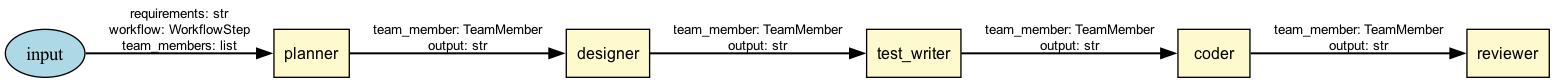
CodeBlackwell/Agent_Blackwell keeps this Graphviz diagram as docs/workflow_visualizations/tdd_workflow.png. Above is the earlier version. Its source is kept beside it as docs/workflow_visualizations/tdd_workflow.dot. Source of this version:
```dot
digraph {
	graph [rankdir=LR splines=ortho]
	designer [label=designer fillcolor="#FFFACD" fontname=Arial fontsize=12 shape=box style=filled]
	coder [label=coder fillcolor="#FFFACD" fontname=Arial fontsize=12 shape=box style=filled]
	reviewer [label=reviewer fillcolor="#FFFACD" fontname=Arial fontsize=12 shape=box style=filled]
	planner [label=planner fillcolor="#FFFACD" fontname=Arial fontsize=12 shape=box style=filled]
	test_writer [label=test_writer fillcolor="#FFFACD" fontname=Arial fontsize=12 shape=box style=filled]
	input [fillcolor=lightblue shape=ellipse style=filled]
	input -> planner [label="requirements: str\nworkflow: WorkflowStep\nteam_members: list" fontname=Arial fontsize=10 penwidth=1.5]
	planner -> designer [label="team_member: TeamMember\noutput: str" fontname=Arial fontsize=10 penwidth=1.5]
	designer -> test_writer [label="team_member: TeamMember\noutput: str" fontname=Arial fontsize=10 penwidth=1.5]
	test_writer -> coder [label="team_member: TeamMember\noutput: str" fontname=Arial fontsize=10 penwidth=1.5]
	coder -> reviewer [label="team_member: TeamMember\noutput: str" fontname=Arial fontsize=10 penwidth=1.5]
}
```
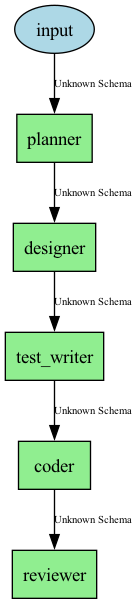
The same file after the commit.

What changed in the source:
```diff
@@ -1,14 +1,13 @@
 digraph {
-	graph [rankdir=LR splines=ortho]
-	designer [label=designer fillcolor="#FFFACD" fontname=Arial fontsize=12 shape=box style=filled]
-	coder [label=coder fillcolor="#FFFACD" fontname=Arial fontsize=12 shape=box style=filled]
-	reviewer [label=reviewer fillcolor="#FFFACD" fontname=Arial fontsize=12 shape=box style=filled]
-	planner [label=planner fillcolor="#FFFACD" fontname=Arial fontsize=12 shape=box style=filled]
-	test_writer [label=test_writer fillcolor="#FFFACD" fontname=Arial fontsize=12 shape=box style=filled]
+	coder [fillcolor=lightgreen shape=box style=filled]
+	test_writer [fillcolor=lightgreen shape=box style=filled]
+	designer [fillcolor=lightgreen shape=box style=filled]
+	reviewer [fillcolor=lightgreen shape=box style=filled]
+	planner [fillcolor=lightgreen shape=box style=filled]
 	input [fillcolor=lightblue shape=ellipse style=filled]
-	input -> planner [label="requirements: str\nworkflow: WorkflowStep\nteam_members: list" fontname=Arial fontsize=10 penwidth=1.5]
-	planner -> designer [label="team_member: TeamMember\noutput: str" fontname=Arial fontsize=10 penwidth=1.5]
-	designer -> test_writer [label="team_member: TeamMember\noutput: str" fontname=Arial fontsize=10 penwidth=1.5]
-	test_writer -> coder [label="team_member: TeamMember\noutput: str" fontname=Arial fontsize=10 penwidth=1.5]
-	coder -> reviewer [label="team_member: TeamMember\noutput: str" fontname=Arial fontsize=10 penwidth=1.5]
+	input -> planner [label="Unknown Schema" fontsize=8]
+	planner -> designer [label="Unknown Schema" fontsize=8]
+	designer -> test_writer [label="Unknown Schema" fontsize=8]
+	test_writer -> coder [label="Unknown Schema" fontsize=8]
+	coder -> reviewer [label="Unknown Schema" fontsize=8]
 }
```
